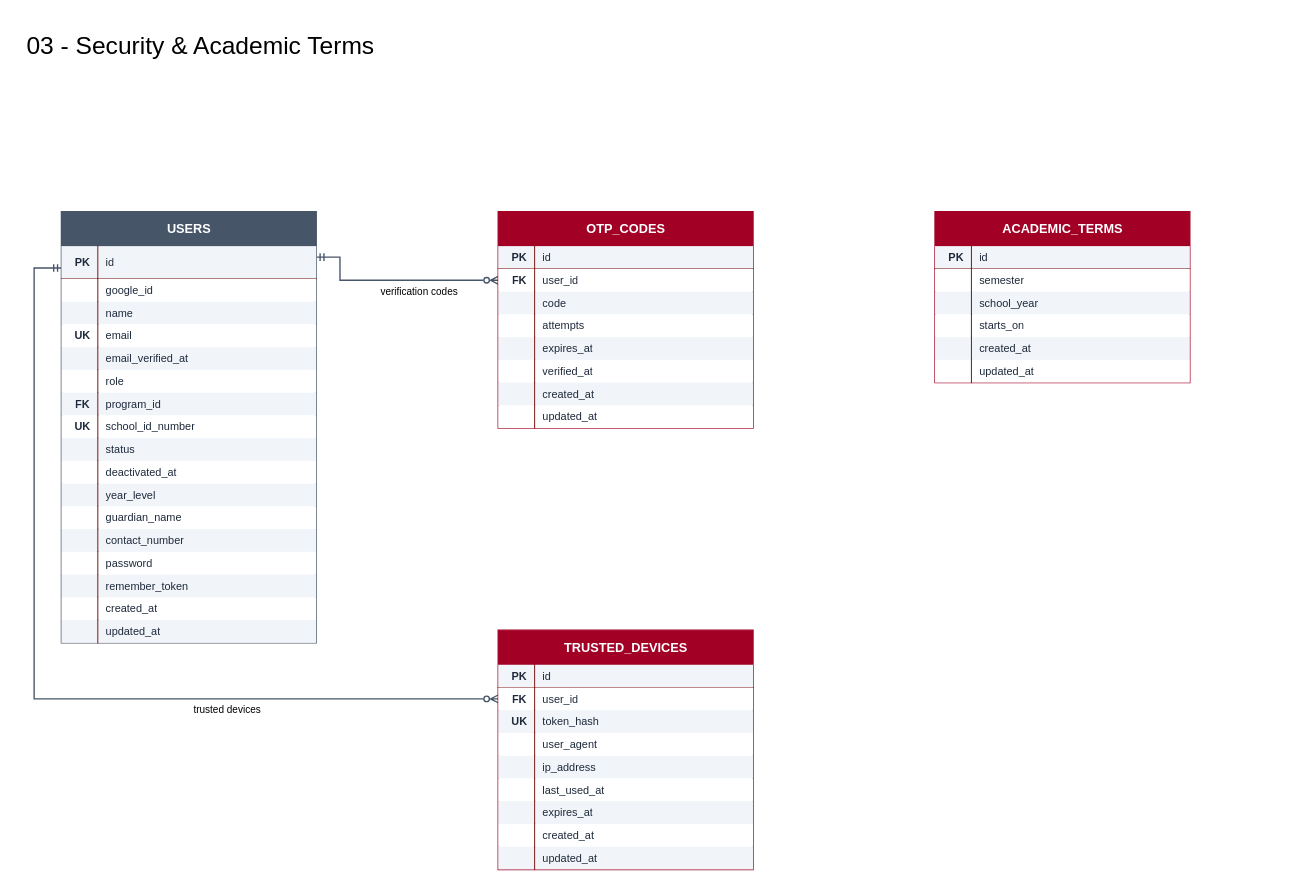
The draw.io diagram page "03 - Security & Academic Terms" (3 of 3) of backend/ERD.drawio in mandocdocmawin-dot/Absenteeism-Late-Report-and-Excuse-Letter-Management-Process-ALRM, before the edit. Source tidied: cells renumbered, new cells numbered last; positions are measured from the earlier drawing's top-left corner, leaving out a move shared by most shapes. Both pictures are drawn from the tidied source at 91%, with x=0, y=0 at pixel (15, 15).
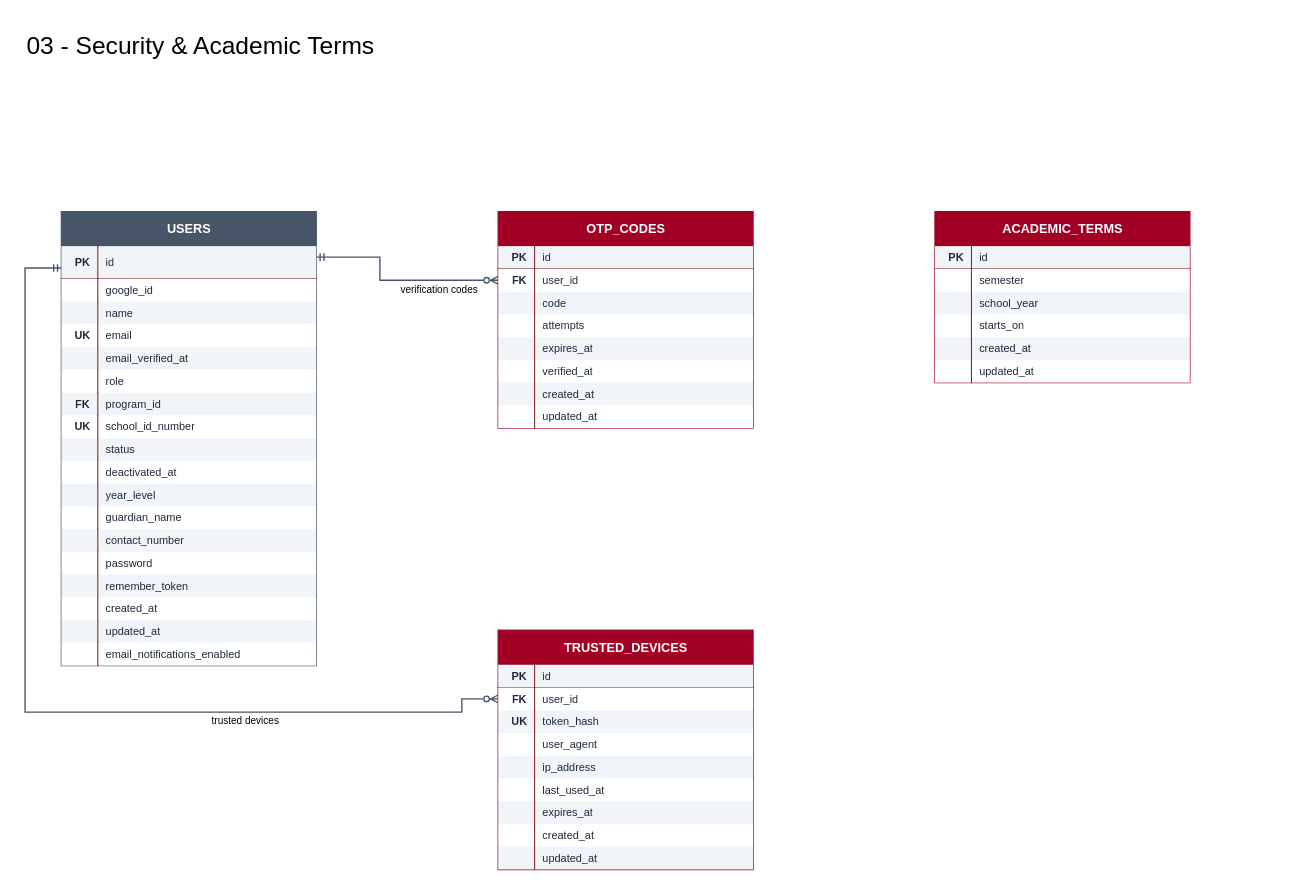
Above is the later version.

Unchanged cells that the change refers to:
```xml
<mxCell id="57" value="OTP_CODES" style="swimlane;html=1;startSize=38;horizontal=1;rounded=0;fillColor=#a20025;swimlaneFillColor=#ffffff;fontColor=#ffffff;strokeColor=#a20025;fontStyle=1;align=center;spacingLeft=0;fontSize=14;strokeWidth=1.5;" parent="1" vertex="1">
  <mxGeometry x="530" y="215" width="280" height="238" as="geometry" />
</mxCell>
<mxCell id="82" value="TRUSTED_DEVICES" style="swimlane;html=1;startSize=38;horizontal=1;rounded=0;fillColor=#a20025;swimlaneFillColor=#ffffff;fontColor=#ffffff;strokeColor=#a20025;fontStyle=1;align=center;spacingLeft=0;fontSize=14;strokeWidth=1.5;" parent="1" vertex="1">
  <mxGeometry x="530" y="675" width="280" height="263" as="geometry" />
</mxCell>
```

Change to the diagram source:
```diff
@@
-    <mxCell id="2" value="verification codes" style="rounded=0;html=1;fontSize=11;labelBackgroundColor=#ffffff;strokeWidth=1.5;strokeColor=#475569;startArrow=ERmandOne;startFill=0;endArrow=ERzeroToMany;endFill=0;edgeStyle=none;orthogonal=1;exitPerimeter=0;entryPerimeter=0;jumpStyle=arc;jumpSize=9;exitX=1;exitY=0.10548523206751055;entryX=0;entryY=0.3172268907563025;" parent="1" edge="1" source="5" target="57">
-      <mxGeometry x="0.22" y="-12" relative="1" as="geometry">
+    <mxCell id="2" value="verification codes" style="rounded=0;html=1;fontSize=11;labelBackgroundColor=#ffffff;strokeWidth=1.5;strokeColor=#475569;startArrow=ERmandOne;startFill=0;endArrow=ERzeroToMany;endFill=0;edgeStyle=none;orthogonal=1;exitPerimeter=0;entryPerimeter=0;jumpStyle=arc;jumpSize=9;exitX=1;exitY=0.10020040080160321;entryX=0;entryY=0.3172268907563025;labelBorderColor=none;horizontal=1;" parent="1" edge="1" source="5" target="57">
+      <mxGeometry x="0.42" y="-10" relative="1" as="geometry">
         <Array as="points">
-          <mxPoint x="356.1" y="265" />
-          <mxPoint x="356.1" y="290.5" />
+          <mxPoint x="400" y="265" />
+          <mxPoint x="400" y="290.5" />
         </Array>
       </mxGeometry>
     </mxCell>
-    <mxCell id="3" value="trusted devices" style="rounded=0;html=1;fontSize=11;labelBackgroundColor=#ffffff;strokeWidth=1.5;strokeColor=#475569;startArrow=ERmandOne;startFill=0;endArrow=ERzeroToMany;endFill=0;edgeStyle=none;orthogonal=1;exitPerimeter=0;entryPerimeter=0;jumpStyle=arc;jumpSize=9;exitX=0;exitY=0.1308016877637131;entryX=0;entryY=0.2870722433460076;" parent="1" edge="1" source="5" target="82">
-      <mxGeometry x="0.41" y="-12" relative="1" as="geometry">
+    <mxCell id="3" value="trusted devices" style="rounded=0;html=1;fontSize=11;labelBackgroundColor=#ffffff;strokeWidth=1.5;strokeColor=#475569;startArrow=ERmandOne;startFill=0;endArrow=ERzeroToMany;endFill=0;edgeStyle=none;orthogonal=1;exitPerimeter=0;entryPerimeter=0;jumpStyle=arc;jumpSize=9;exitX=0;exitY=0.12424849699398798;entryX=0;entryY=0.2870722433460076;labelBorderColor=none;horizontal=1;" parent="1" edge="1" source="5" target="82">
+      <mxGeometry x="0.45" y="-10" relative="1" as="geometry">
         <Array as="points">
-          <mxPoint x="20" y="277" />
-          <mxPoint x="20" y="750.5" />
+          <mxPoint x="10" y="277" />
+          <mxPoint x="10" y="765" />
+          <mxPoint x="490" y="765" />
+          <mxPoint x="490" y="750.5" />
         </Array>
       </mxGeometry>
     </mxCell>
@@
     <mxCell id="5" value="USERS" style="swimlane;html=1;startSize=38;horizontal=1;rounded=0;fillColor=#475569;swimlaneFillColor=#ffffff;fontColor=#ffffff;strokeColor=#475569;fontStyle=1;align=center;spacingLeft=0;fontSize=14;strokeWidth=1.5;" parent="1" vertex="1">
-      <mxGeometry x="50" y="215" width="280" height="474" as="geometry" />
+      <mxGeometry x="50" y="215" width="280" height="499" as="geometry" />
     </mxCell>
@@
+    <mxCell id="129" style="group;" parent="5" vertex="1">
+      <mxGeometry y="474" width="280" height="25" as="geometry" />
+    </mxCell>
+    <mxCell id="130" style="text;html=1;whiteSpace=wrap;overflow=hidden;verticalAlign=middle;spacingLeft=7;fontFamily=Helvetica;fillColor=#ffffff;fontColor=#1e293b;fontStyle=1;shape=partialRectangle;left=0;right=0;top=0;bottom=0;strokeColor=#6F0000;strokeWidth=1;align=center;fontSize=12;" parent="129" vertex="1">
+      <mxGeometry width="40" height="25" as="geometry" />
+    </mxCell>
+    <mxCell id="131" value="email_notifications_enabled" style="text;html=1;whiteSpace=wrap;overflow=hidden;verticalAlign=middle;spacingLeft=7;fontFamily=Helvetica;fillColor=#ffffff;fontColor=#1e293b;shape=partialRectangle;left=1;right=0;top=0;bottom=0;strokeColor=#6F0000;strokeWidth=1;align=left;fontSize=12;" parent="129" vertex="1">
+      <mxGeometry x="40" width="240" height="25" as="geometry" />
+    </mxCell>
```
